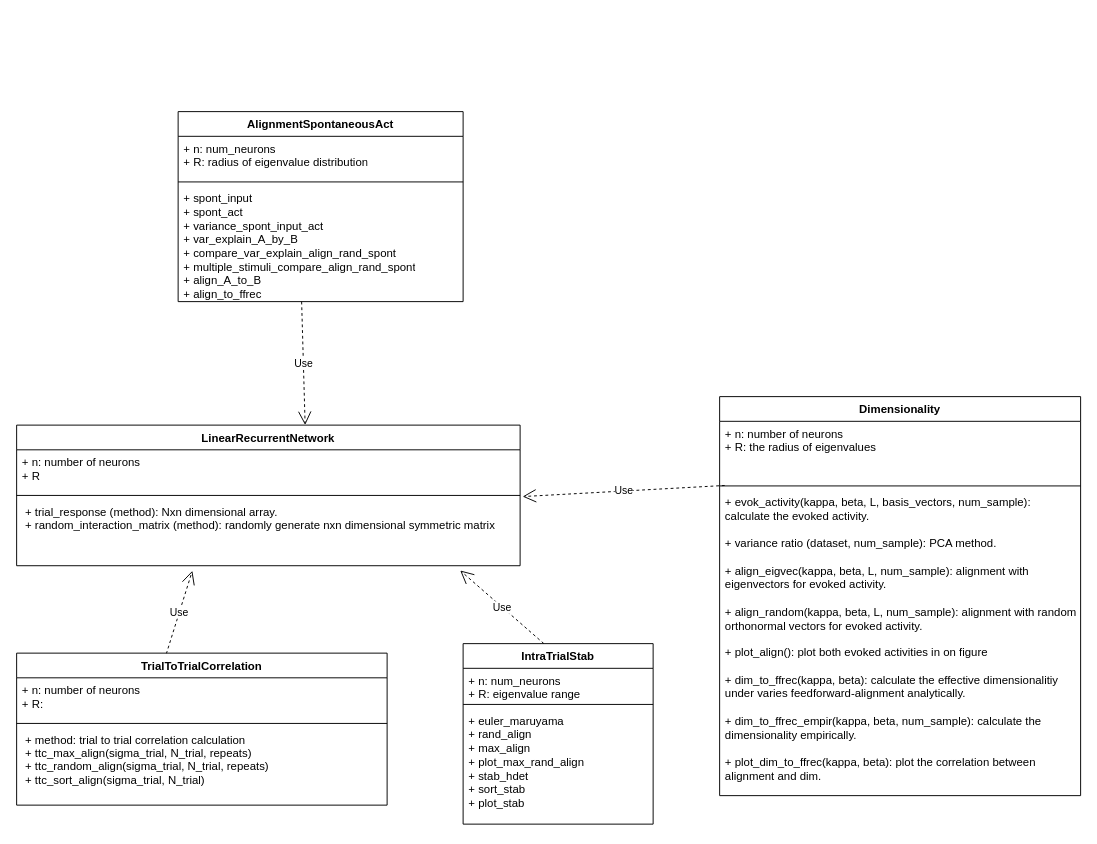
Earlier version of the draw.io diagram 1D_RNN.drawio (rzhou-space/MA_Networks). Source tidied: cells renumbered, new cells numbered last; positions are measured from the earlier drawing's top-left corner, leaving out a move shared by most shapes. Both pictures are drawn from the tidied source at 95%, with x=0, y=0 at pixel (16, 111).
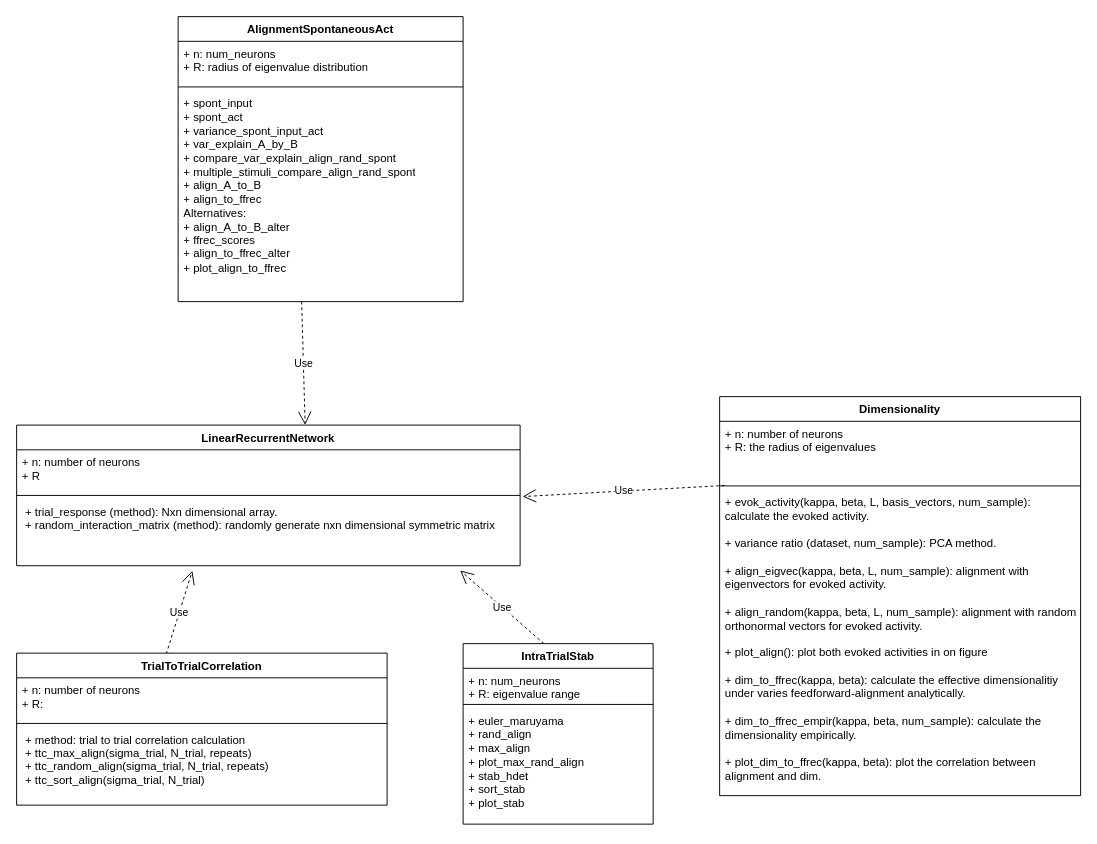
The same page after the edit.

Diff of the diagram source:
```diff
@@
     <mxCell id="21" value="AlignmentSpontaneousAct" style="swimlane;fontStyle=1;align=center;verticalAlign=top;horizontal=1;startSize=26;whiteSpace=wrap;html=1;" parent="1" vertex="1">
-      <mxGeometry x="170" width="300" height="200" as="geometry" />
+      <mxGeometry x="170" y="-100" width="300" height="300" as="geometry" />
     </mxCell>
@@
-    <mxCell id="24" value="+ spont_input&lt;br&gt;+ spont_act&lt;br&gt;+ variance_spont_input_act&lt;br&gt;+ var_explain_A_by_B&lt;br&gt;+ compare_var_explain_align_rand_spont&lt;br&gt;+ multiple_stimuli_compare_align_rand_spont&lt;br&gt;+ align_A_to_B&lt;br&gt;+ align_to_ffrec" style="text;strokeColor=none;fillColor=none;align=left;verticalAlign=top;spacingLeft=4;spacingRight=4;overflow=hidden;whiteSpace=wrap;html=1;" parent="21" vertex="1">
-      <mxGeometry y="78" width="300" height="122" as="geometry" />
+    <mxCell id="24" value="+ spont_input&lt;br&gt;+ spont_act&lt;br&gt;+ variance_spont_input_act&lt;br&gt;+ var_explain_A_by_B&lt;br&gt;+ compare_var_explain_align_rand_spont&lt;br&gt;+ multiple_stimuli_compare_align_rand_spont&lt;br&gt;+ align_A_to_B&lt;br&gt;+ align_to_ffrec&lt;br&gt;Alternatives:&lt;br&gt;+ align_A_to_B_alter&lt;br&gt;+ ffrec_scores&lt;br&gt;+ align_to_ffrec_alter&lt;br&gt;+ plot_align_to_ffrec" style="text;strokeColor=none;fillColor=none;align=left;verticalAlign=top;spacingLeft=4;spacingRight=4;overflow=hidden;whiteSpace=wrap;html=1;" parent="21" vertex="1">
+      <mxGeometry y="78" width="300" height="222" as="geometry" />
     </mxCell>
```
